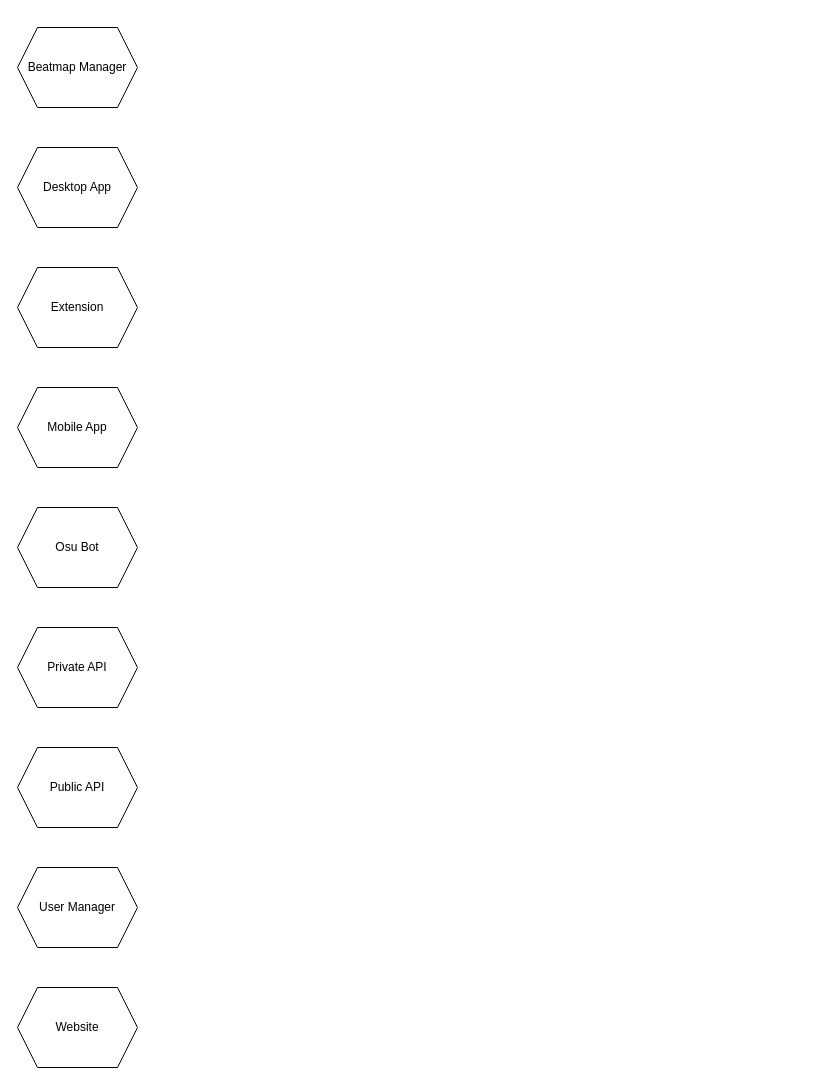
The draw.io diagram page "client_manager" (3 of 11) of BellaFiora.drawio in BellaFiora/BellaFiora, before the edit. Source tidied: cells renumbered, new cells numbered last; positions are measured from the earlier drawing's top-left corner, leaving out a move shared by most shapes. Both pictures are drawn from the tidied source at 100%, with x=0, y=0 at pixel (17, 27).
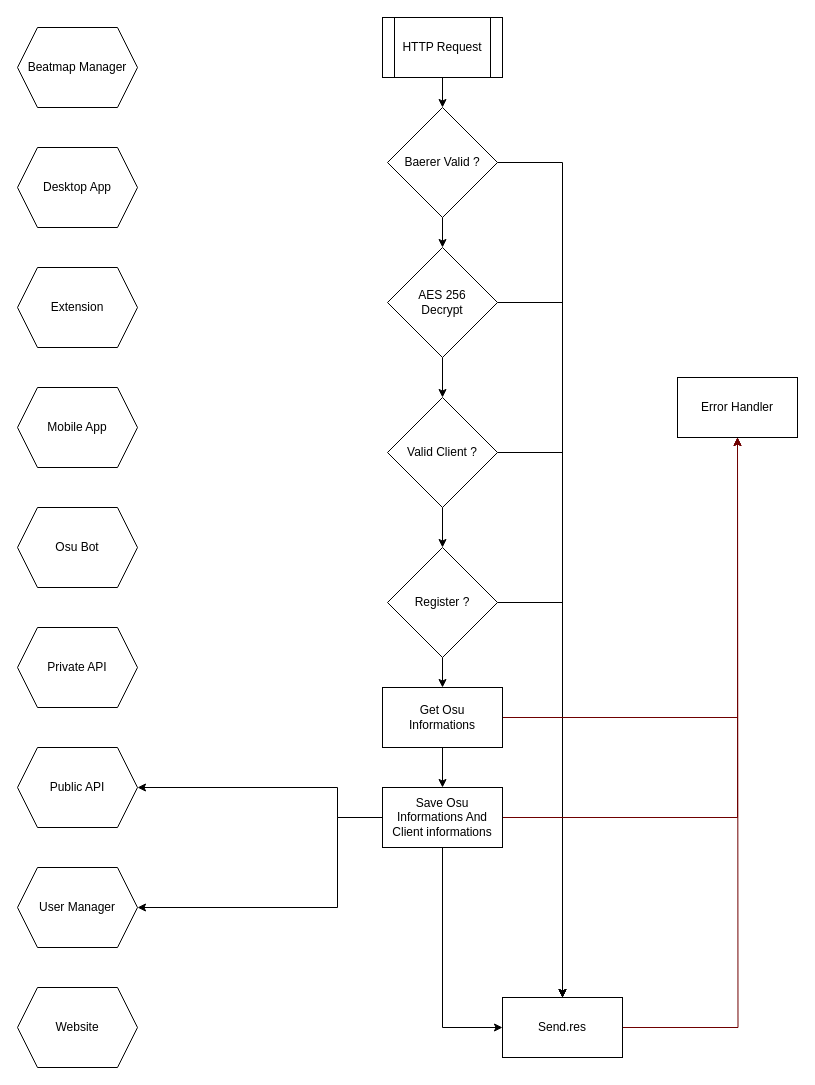
The same page after the edit.

Commit message (it also covers changes not shown here):
Add client_manager flow

Unchanged cells that the change refers to:
```xml
<mxCell id="8" value="Public API" style="shape=hexagon;perimeter=hexagonPerimeter2;whiteSpace=wrap;html=1;fixedSize=1;" parent="1" vertex="1">
  <mxGeometry y="720" width="120" height="80" as="geometry" />
</mxCell>
<mxCell id="9" value="User Manager" style="shape=hexagon;perimeter=hexagonPerimeter2;whiteSpace=wrap;html=1;fixedSize=1;" parent="1" vertex="1">
  <mxGeometry y="840" width="120" height="80" as="geometry" />
</mxCell>
```

Change to the diagram source:
```diff
@@
+    <mxCell id="11" style="edgeStyle=orthogonalEdgeStyle;rounded=0;jettySize=auto;html=1;" parent="1" edge="1" source="12" target="15">
+      <mxGeometry relative="1" as="geometry" />
+    </mxCell>
+    <mxCell id="12" value="HTTP Request" style="shape=process;whiteSpace=wrap;html=1;backgroundOutline=1;" parent="1" vertex="1">
+      <mxGeometry x="365" y="-10" width="120" height="60" as="geometry" />
+    </mxCell>
+    <mxCell id="13" style="edgeStyle=orthogonalEdgeStyle;rounded=0;jettySize=auto;html=1;" parent="1" edge="1" source="15" target="20">
+      <mxGeometry relative="1" as="geometry" />
+    </mxCell>
+    <mxCell id="14" style="edgeStyle=orthogonalEdgeStyle;rounded=0;jettySize=auto;html=1;entryX=0.5;entryY=0;entryDx=0;entryDy=0;" parent="1" edge="1" source="15" target="17">
+      <mxGeometry relative="1" as="geometry" />
+    </mxCell>
+    <mxCell id="15" value="Baerer Valid ?" style="rhombus;whiteSpace=wrap;html=1;" parent="1" vertex="1">
+      <mxGeometry x="370" y="80" width="110" height="110" as="geometry" />
+    </mxCell>
+    <mxCell id="16" style="edgeStyle=orthogonalEdgeStyle;rounded=0;jettySize=auto;html=1;fillColor=#a20025;strokeColor=#6F0000;" parent="1" edge="1" source="17">
+      <mxGeometry relative="1" as="geometry">
+        <mxPoint x="720" y="410" as="targetPoint" />
+      </mxGeometry>
+    </mxCell>
+    <mxCell id="17" value="Send.res" style="rounded=0;whiteSpace=wrap;html=1;" parent="1" vertex="1">
+      <mxGeometry x="485" y="970" width="120" height="60" as="geometry" />
+    </mxCell>
+    <mxCell id="18" style="edgeStyle=orthogonalEdgeStyle;rounded=0;jettySize=auto;html=1;entryX=0.5;entryY=0;entryDx=0;entryDy=0;" parent="1" edge="1" source="20" target="23">
+      <mxGeometry relative="1" as="geometry" />
+    </mxCell>
+    <mxCell id="19" style="edgeStyle=orthogonalEdgeStyle;rounded=0;jettySize=auto;html=1;exitX=1;exitY=0.5;exitDx=0;exitDy=0;entryX=0.5;entryY=0;entryDx=0;entryDy=0;" parent="1" edge="1" source="20" target="17">
+      <mxGeometry relative="1" as="geometry" />
+    </mxCell>
+    <mxCell id="20" value="AES 256&lt;br&gt;Decrypt" style="rhombus;whiteSpace=wrap;html=1;" parent="1" vertex="1">
+      <mxGeometry x="370" y="220" width="110" height="110" as="geometry" />
+    </mxCell>
+    <mxCell id="21" style="edgeStyle=orthogonalEdgeStyle;rounded=0;jettySize=auto;html=1;entryX=0.5;entryY=0;entryDx=0;entryDy=0;" parent="1" edge="1" source="23" target="17">
+      <mxGeometry relative="1" as="geometry" />
+    </mxCell>
+    <mxCell id="22" style="edgeStyle=orthogonalEdgeStyle;rounded=0;jettySize=auto;html=1;entryX=0.5;entryY=0;entryDx=0;entryDy=0;" parent="1" edge="1" source="23" target="26">
+      <mxGeometry relative="1" as="geometry" />
+    </mxCell>
+    <mxCell id="23" value="Valid Client ?" style="rhombus;whiteSpace=wrap;html=1;" parent="1" vertex="1">
+      <mxGeometry x="370" y="370" width="110" height="110" as="geometry" />
+    </mxCell>
+    <mxCell id="24" style="edgeStyle=orthogonalEdgeStyle;rounded=0;jettySize=auto;html=1;entryX=0.5;entryY=0;entryDx=0;entryDy=0;" parent="1" edge="1" source="26" target="17">
+      <mxGeometry relative="1" as="geometry" />
+    </mxCell>
+    <mxCell id="25" style="edgeStyle=orthogonalEdgeStyle;rounded=0;jettySize=auto;html=1;entryX=0.5;entryY=0;entryDx=0;entryDy=0;" parent="1" edge="1" source="26" target="29">
+      <mxGeometry relative="1" as="geometry" />
+    </mxCell>
+    <mxCell id="26" value="Register ?" style="rhombus;whiteSpace=wrap;html=1;" parent="1" vertex="1">
+      <mxGeometry x="370" y="520" width="110" height="110" as="geometry" />
+    </mxCell>
+    <mxCell id="27" style="edgeStyle=orthogonalEdgeStyle;rounded=0;jettySize=auto;html=1;entryX=0.5;entryY=0;entryDx=0;entryDy=0;" parent="1" edge="1" source="29" target="34">
+      <mxGeometry relative="1" as="geometry" />
+    </mxCell>
+    <mxCell id="28" style="edgeStyle=orthogonalEdgeStyle;rounded=0;jettySize=auto;html=1;fillColor=#a20025;strokeColor=#6F0000;entryX=0.5;entryY=1;entryDx=0;entryDy=0;" parent="1" edge="1" source="29" target="35">
+      <mxGeometry relative="1" as="geometry" />
+    </mxCell>
+    <mxCell id="29" value="Get Osu&lt;br&gt;Informations" style="rounded=0;whiteSpace=wrap;html=1;" parent="1" vertex="1">
+      <mxGeometry x="365" y="660" width="120" height="60" as="geometry" />
+    </mxCell>
+    <mxCell id="30" style="edgeStyle=orthogonalEdgeStyle;rounded=0;jettySize=auto;html=1;entryX=0;entryY=0.5;entryDx=0;entryDy=0;" parent="1" edge="1" source="34" target="17">
+      <mxGeometry relative="1" as="geometry" />
+    </mxCell>
+    <mxCell id="31" style="edgeStyle=orthogonalEdgeStyle;rounded=0;jettySize=auto;html=1;entryX=0.5;entryY=1;entryDx=0;entryDy=0;fillColor=#a20025;strokeColor=#6F0000;" parent="1" edge="1" source="34" target="35">
+      <mxGeometry relative="1" as="geometry" />
+    </mxCell>
+    <mxCell id="32" style="edgeStyle=orthogonalEdgeStyle;rounded=0;jettySize=auto;html=1;entryX=1;entryY=0.5;entryDx=0;entryDy=0;" parent="1" edge="1" source="34" target="9">
+      <mxGeometry relative="1" as="geometry">
+        <Array as="points">
+          <mxPoint x="320" y="790" />
+          <mxPoint x="320" y="880" />
+        </Array>
+      </mxGeometry>
+    </mxCell>
+    <mxCell id="33" style="edgeStyle=orthogonalEdgeStyle;rounded=0;jettySize=auto;html=1;entryX=1;entryY=0.5;entryDx=0;entryDy=0;" parent="1" edge="1" source="34" target="8">
+      <mxGeometry relative="1" as="geometry">
+        <Array as="points">
+          <mxPoint x="320" y="790" />
+          <mxPoint x="320" y="760" />
+        </Array>
+      </mxGeometry>
+    </mxCell>
+    <mxCell id="34" value="Save Osu Informations And Client informations" style="rounded=0;whiteSpace=wrap;html=1;" parent="1" vertex="1">
+      <mxGeometry x="365" y="760" width="120" height="60" as="geometry" />
+    </mxCell>
+    <mxCell id="35" value="Error Handler" style="rounded=0;whiteSpace=wrap;html=1;" parent="1" vertex="1">
+      <mxGeometry x="660" y="350" width="120" height="60" as="geometry" />
+    </mxCell>
```
